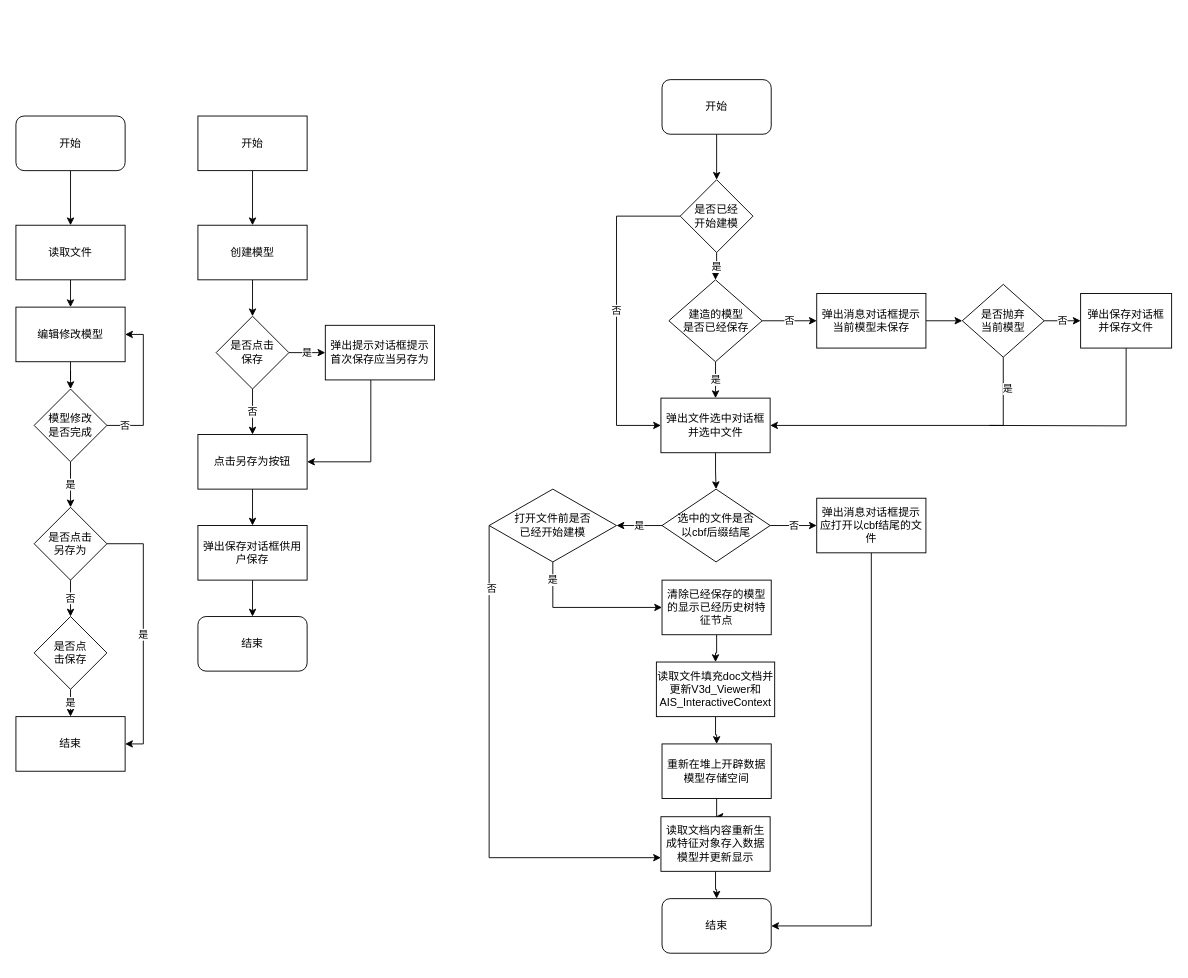
Before: 文件存储和读取.drawio in liuhuliuhu123/First-test, a draw.io diagram. Source tidied: cells renumbered, new cells numbered last; positions are measured from the earlier drawing's top-left corner, leaving out a move shared by most shapes. Both pictures are drawn from the tidied source at 91%, with x=0, y=0 at pixel (15, 79).
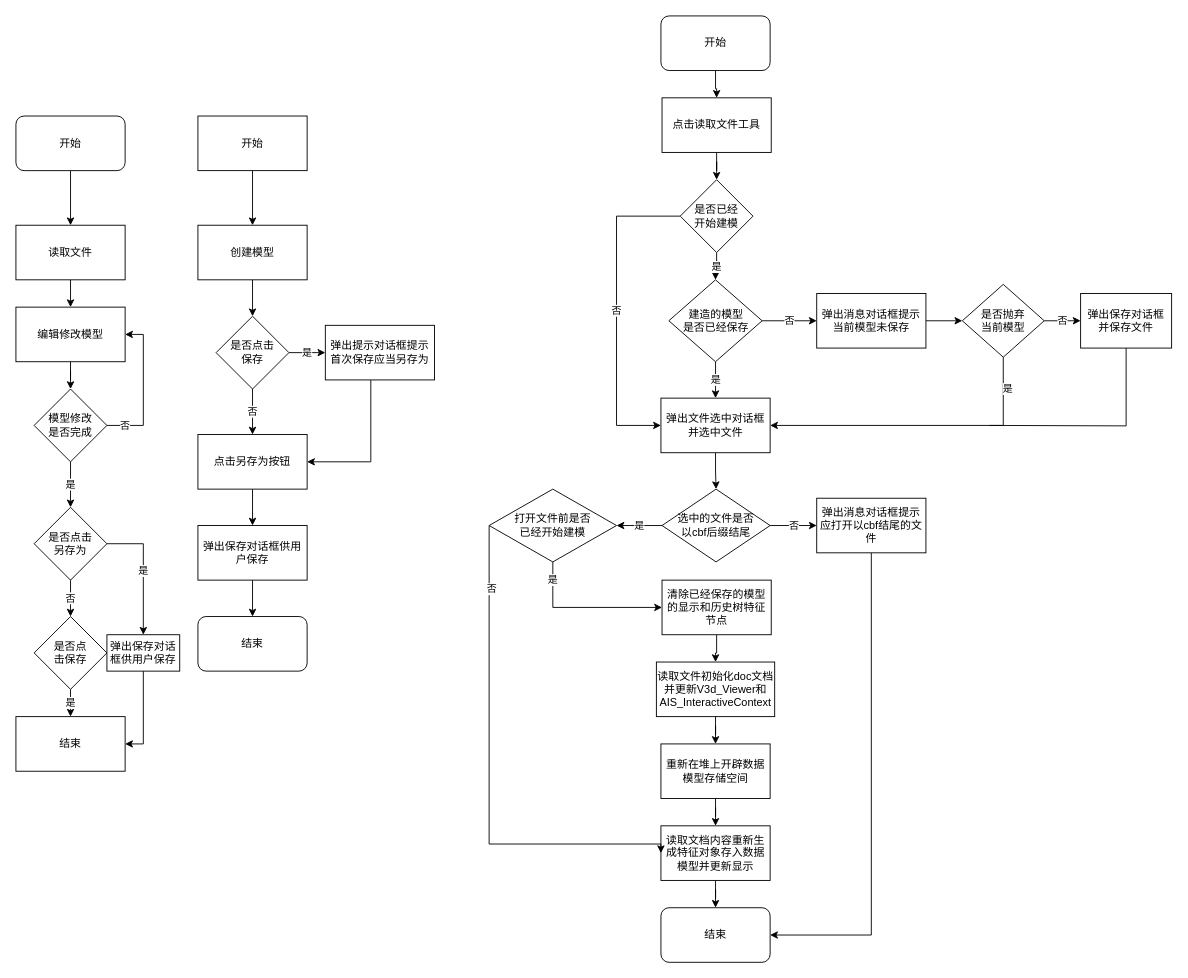
After the change.

Commit message:
更新文件存储和读取.drawio

Unchanged cells that the change refers to:
```xml
<mxCell id="6" value="是否已经&lt;br&gt;开始建模" style="rhombus;whiteSpace=wrap;html=1;" parent="1" vertex="1">
  <mxGeometry x="730" y="110" width="80" height="80" as="geometry" />
</mxCell>
<mxCell id="28" value="弹出消息对话框提示应打开以cbf结尾的文件" style="rounded=0;whiteSpace=wrap;html=1;" parent="1" vertex="1">
  <mxGeometry x="880" y="460" width="120" height="60" as="geometry" />
</mxCell>
<mxCell id="32" value="打开文件前是否&lt;br&gt;已经开始建模" style="rhombus;whiteSpace=wrap;html=1;" parent="1" vertex="1">
  <mxGeometry x="520" y="450" width="140" height="80" as="geometry" />
</mxCell>
<mxCell id="48" value="是否点击&lt;br&gt;另存为" style="rhombus;whiteSpace=wrap;html=1;" parent="1" vertex="1">
  <mxGeometry x="20" y="470" width="80" height="80" as="geometry" />
</mxCell>
<mxCell id="51" value="结束" style="rounded=0;whiteSpace=wrap;html=1;" parent="1" vertex="1">
  <mxGeometry y="700" width="120" height="60" as="geometry" />
</mxCell>
```

Diff of the diagram source:
```diff
@@
-    <mxCell id="2" style="edgeStyle=orthogonalEdgeStyle;rounded=0;jettySize=auto;html=1;entryX=0.5;entryY=0;entryDx=0;entryDy=0;" parent="1" edge="1" source="3" target="6">
-      <mxGeometry relative="1" as="geometry" />
-    </mxCell>
+    <mxCell id="66" style="edgeStyle=orthogonalEdgeStyle;rounded=0;jettySize=auto;html=1;entryX=0.5;entryY=0;entryDx=0;entryDy=0;" parent="1" edge="1" source="3" target="70">
+      <mxGeometry relative="1" as="geometry" />
+    </mxCell>
     <mxCell id="3" value="开始" style="rounded=1;whiteSpace=wrap;html=1;" parent="1" vertex="1">
-      <mxGeometry x="710" width="120" height="60" as="geometry" />
+      <mxGeometry x="708.8" y="-70" width="120" height="60" as="geometry" />
     </mxCell>
@@
-    <mxCell id="18" value="读取文件填充doc文档并更新V3d_Viewer和AIS_InteractiveContext" style="rounded=0;whiteSpace=wrap;html=1;" parent="1" vertex="1">
+    <mxCell id="18" value="读取文件初始化doc文档并更新V3d_Viewer和AIS_InteractiveContext" style="rounded=0;whiteSpace=wrap;html=1;" parent="1" vertex="1">
       <mxGeometry x="703.8" y="640" width="130" height="60" as="geometry" />
     </mxCell>
@@
-    <mxCell id="20" value="清除已经保存的模型的显示已经历史树特征节点" style="rounded=0;whiteSpace=wrap;html=1;" parent="1" vertex="1">
+    <mxCell id="20" value="清除已经保存的模型的显示和历史树特征节点" style="rounded=0;whiteSpace=wrap;html=1;" parent="1" vertex="1">
       <mxGeometry x="710" y="550" width="120" height="60" as="geometry" />
     </mxCell>
@@
     <mxCell id="22" value="重新在堆上开辟数据模型存储空间" style="rounded=0;whiteSpace=wrap;html=1;" parent="1" vertex="1">
-      <mxGeometry x="710" y="730" width="120" height="60" as="geometry" />
+      <mxGeometry x="708.8" y="730" width="120" height="60" as="geometry" />
     </mxCell>
@@
     <mxCell id="24" value="读取文档内容重新生成特征对象存入数据模型并更新显示" style="rounded=0;whiteSpace=wrap;html=1;" parent="1" vertex="1">
-      <mxGeometry x="708.8" y="810" width="120" height="60" as="geometry" />
+      <mxGeometry x="708.8" y="820" width="120" height="60" as="geometry" />
     </mxCell>
     <mxCell id="25" value="结束" style="rounded=1;whiteSpace=wrap;html=1;" parent="1" vertex="1">
-      <mxGeometry x="710" y="900" width="120" height="60" as="geometry" />
+      <mxGeometry x="708.8" y="910" width="120" height="60" as="geometry" />
     </mxCell>
@@
     <mxCell id="27" style="edgeStyle=orthogonalEdgeStyle;rounded=0;jettySize=auto;html=1;entryX=1;entryY=0.5;entryDx=0;entryDy=0;" parent="1" edge="1" source="28" target="25">
       <mxGeometry relative="1" as="geometry">
         <Array as="points">
-          <mxPoint x="940" y="930" />
+          <mxPoint x="940" y="940" />
         </Array>
       </mxGeometry>
     </mxCell>
@@
-    <mxCell id="30" style="edgeStyle=orthogonalEdgeStyle;rounded=0;jettySize=auto;html=1;entryX=0;entryY=0.75;entryDx=0;entryDy=0;" parent="1" edge="1" source="32" target="24">
+    <mxCell id="30" style="edgeStyle=orthogonalEdgeStyle;rounded=0;jettySize=auto;html=1;exitX=0;exitY=0.5;exitDx=0;exitDy=0;entryX=0;entryY=0.5;entryDx=0;entryDy=0;" parent="1" edge="1" source="32" target="24">
       <mxGeometry relative="1" as="geometry">
         <Array as="points">
-          <mxPoint x="520" y="855" />
+          <mxPoint x="520" y="840" />
         </Array>
       </mxGeometry>
     </mxCell>
@@
-    <mxCell id="47" value="是" style="edgeStyle=orthogonalEdgeStyle;rounded=0;jettySize=auto;html=1;entryX=1;entryY=0.5;entryDx=0;entryDy=0;" parent="1" edge="1" source="48" target="51">
+    <mxCell id="47" value="是" style="edgeStyle=orthogonalEdgeStyle;rounded=0;jettySize=auto;html=1;" parent="1" edge="1" source="48" target="68">
       <mxGeometry relative="1" as="geometry">
         <Array as="points">
           <mxPoint x="140" y="510" />
-          <mxPoint x="140" y="730" />
         </Array>
       </mxGeometry>
     </mxCell>
@@
+    <mxCell id="67" style="edgeStyle=orthogonalEdgeStyle;rounded=0;jettySize=auto;html=1;entryX=1;entryY=0.5;entryDx=0;entryDy=0;" parent="1" edge="1" source="68" target="51">
+      <mxGeometry relative="1" as="geometry" />
+    </mxCell>
+    <mxCell id="68" value="弹出保存对话框供用户保存" style="rounded=0;whiteSpace=wrap;html=1;" parent="1" vertex="1">
+      <mxGeometry x="100" y="610" width="80" height="40" as="geometry" />
+    </mxCell>
+    <mxCell id="69" style="edgeStyle=orthogonalEdgeStyle;rounded=0;jettySize=auto;html=1;entryX=0.5;entryY=0;entryDx=0;entryDy=0;" parent="1" edge="1" source="70" target="6">
+      <mxGeometry relative="1" as="geometry" />
+    </mxCell>
+    <mxCell id="70" value="点击读取文件工具" style="rounded=0;whiteSpace=wrap;html=1;" parent="1" vertex="1">
+      <mxGeometry x="710" y="20" width="120" height="60" as="geometry" />
+    </mxCell>
```
